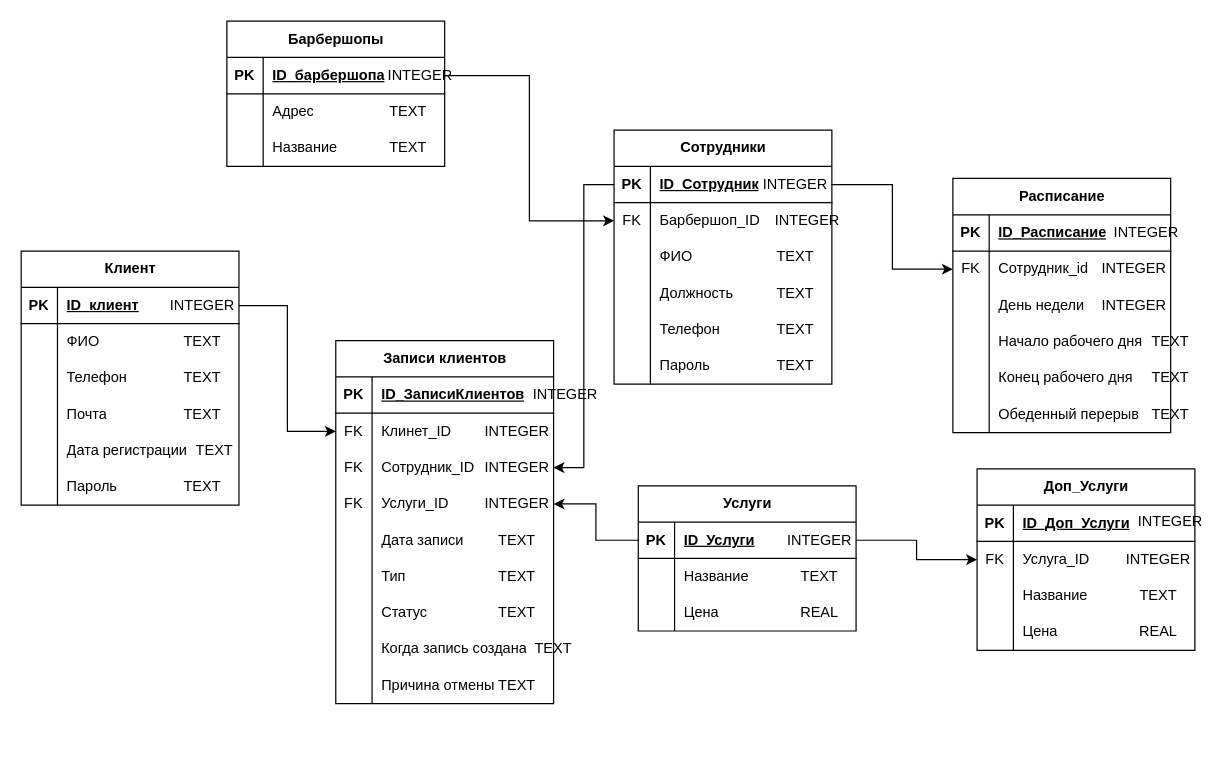
The draw.io diagram 2.drawio in Kr1SetOff/praktika_up, before the edit. Source tidied: cells renumbered, new cells numbered last; positions are measured from the earlier drawing's top-left corner, leaving out a move shared by most shapes. Both pictures are drawn from the tidied source at 121%, with x=0, y=0 at pixel (21, 21).
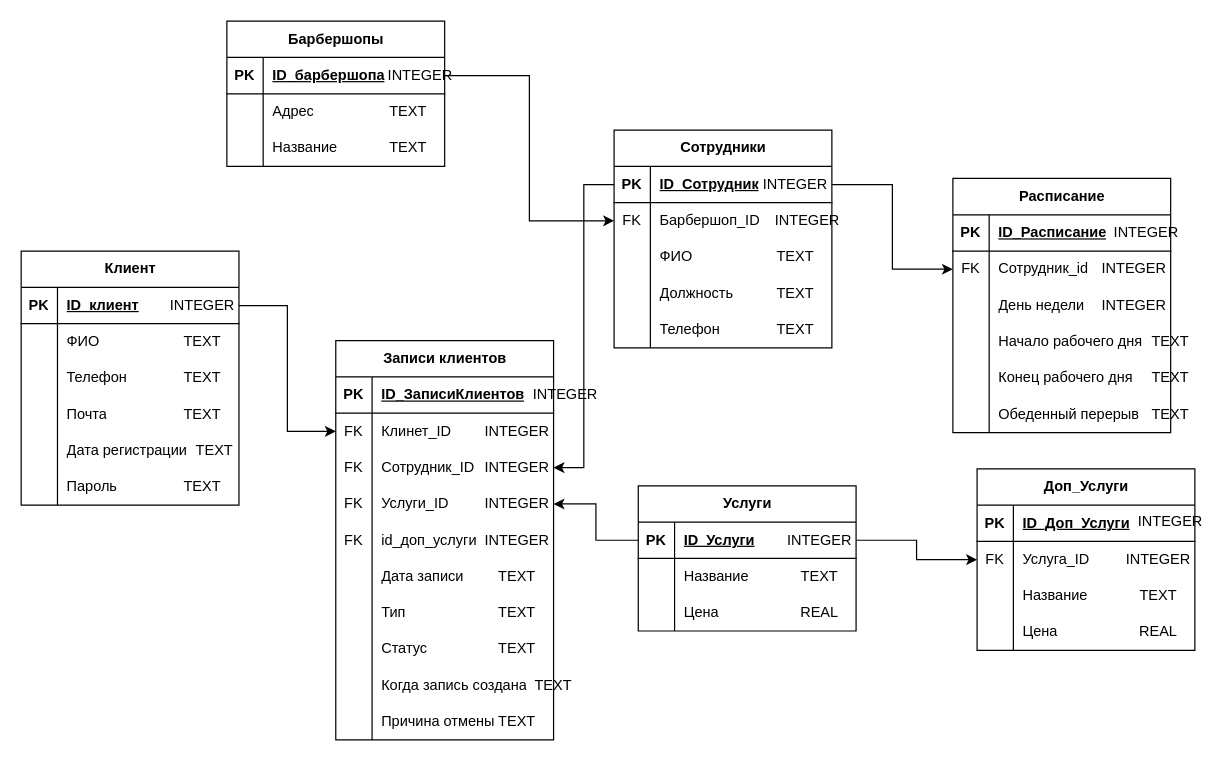
After the change.

What changed in the source:
```diff
@@
     <mxCell id="12" value="Сотрудники" style="shape=table;startSize=30;childLayout=tableLayout;rowLines=0;fontStyle=1;align=center;html=1;" parent="1" vertex="1">
-      <mxGeometry x="490" y="90" width="180" height="210" as="geometry" />
+      <mxGeometry x="490" y="90" width="180" height="180" as="geometry" />
     </mxCell>
@@
-    <mxCell id="28" style="shape=tableRow;horizontal=0;startSize=0;swimlaneHead=0;swimlaneBody=0;fillColor=none;top=0;left=0;right=0;bottom=0;" parent="12" vertex="1">
-      <mxGeometry y="180" width="180" height="30" as="geometry" />
-    </mxCell>
-    <mxCell id="29" style="shape=partialRectangle;fillColor=none;top=0;left=0;bottom=0;right=0;overflow=hidden;whiteSpace=wrap;html=1;" parent="28" vertex="1">
-      <mxGeometry width="30" height="30" as="geometry" />
-    </mxCell>
-    <mxCell id="30" value="Пароль" style="shape=partialRectangle;fillColor=none;top=0;left=0;bottom=0;right=0;align=left;spacingLeft=6;overflow=hidden;whiteSpace=wrap;html=1;" parent="28" vertex="1">
-      <mxGeometry x="30" width="150" height="30" as="geometry" />
-    </mxCell>
@@
     <mxCell id="81" value="Записи клиентов" style="shape=table;startSize=30;childLayout=tableLayout;rowLines=0;fontStyle=1;align=center;html=1;" parent="1" vertex="1">
-      <mxGeometry x="260" y="264" width="180" height="300" as="geometry" />
+      <mxGeometry x="260" y="264" width="180" height="330" as="geometry" />
     </mxCell>
@@
+    <mxCell id="163" style="shape=tableRow;horizontal=0;startSize=0;swimlaneHead=0;swimlaneBody=0;fillColor=none;top=0;left=0;right=0;bottom=0;" parent="81" vertex="1">
+      <mxGeometry y="150" width="180" height="30" as="geometry" />
+    </mxCell>
+    <mxCell id="164" value="FK" style="shape=partialRectangle;fillColor=none;top=0;left=0;bottom=0;right=0;overflow=hidden;whiteSpace=wrap;html=1;" parent="163" vertex="1">
+      <mxGeometry width="30" height="30" as="geometry" />
+    </mxCell>
+    <mxCell id="165" value="id_доп_услуги" style="shape=partialRectangle;fillColor=none;top=0;left=0;bottom=0;right=0;align=left;spacingLeft=6;overflow=hidden;whiteSpace=wrap;html=1;" parent="163" vertex="1">
+      <mxGeometry x="30" width="150" height="30" as="geometry" />
+    </mxCell>
     <mxCell id="94" style="shape=tableRow;horizontal=0;startSize=0;swimlaneHead=0;swimlaneBody=0;fillColor=none;top=0;left=0;right=0;bottom=0;" parent="81" vertex="1">
-      <mxGeometry y="150" width="180" height="30" as="geometry" />
+      <mxGeometry y="180" width="180" height="30" as="geometry" />
     </mxCell>
@@
     <mxCell id="97" style="shape=tableRow;horizontal=0;startSize=0;swimlaneHead=0;swimlaneBody=0;fillColor=none;top=0;left=0;right=0;bottom=0;" parent="81" vertex="1">
-      <mxGeometry y="180" width="180" height="30" as="geometry" />
+      <mxGeometry y="210" width="180" height="30" as="geometry" />
     </mxCell>
@@
     <mxCell id="100" style="shape=tableRow;horizontal=0;startSize=0;swimlaneHead=0;swimlaneBody=0;fillColor=none;top=0;left=0;right=0;bottom=0;" parent="81" vertex="1">
-      <mxGeometry y="210" width="180" height="30" as="geometry" />
+      <mxGeometry y="240" width="180" height="30" as="geometry" />
     </mxCell>
@@
     <mxCell id="103" style="shape=tableRow;horizontal=0;startSize=0;swimlaneHead=0;swimlaneBody=0;fillColor=none;top=0;left=0;right=0;bottom=0;" parent="81" vertex="1">
-      <mxGeometry y="240" width="180" height="30" as="geometry" />
+      <mxGeometry y="270" width="180" height="30" as="geometry" />
     </mxCell>
@@
     <mxCell id="106" style="shape=tableRow;horizontal=0;startSize=0;swimlaneHead=0;swimlaneBody=0;fillColor=none;top=0;left=0;right=0;bottom=0;" parent="81" vertex="1">
-      <mxGeometry y="270" width="180" height="30" as="geometry" />
+      <mxGeometry y="300" width="180" height="30" as="geometry" />
     </mxCell>
@@
     <mxCell id="117" value="TEXT" style="text;html=1;align=center;verticalAlign=middle;whiteSpace=wrap;rounded=0;" parent="1" vertex="1">
-      <mxGeometry x="380" y="444" width="60" height="30" as="geometry" />
+      <mxGeometry x="380" y="474" width="60" height="30" as="geometry" />
     </mxCell>
     <mxCell id="118" value="TEXT" style="text;html=1;align=center;verticalAlign=middle;whiteSpace=wrap;rounded=0;" parent="1" vertex="1">
-      <mxGeometry x="380" y="474" width="60" height="30" as="geometry" />
+      <mxGeometry x="380" y="504" width="60" height="30" as="geometry" />
     </mxCell>
     <mxCell id="119" value="TEXT" style="text;html=1;align=center;verticalAlign=middle;whiteSpace=wrap;rounded=0;" parent="1" vertex="1">
-      <mxGeometry x="380" y="534" width="60" height="30" as="geometry" />
+      <mxGeometry x="380" y="564" width="60" height="30" as="geometry" />
     </mxCell>
     <mxCell id="120" value="TEXT" style="text;html=1;align=center;verticalAlign=middle;whiteSpace=wrap;rounded=0;" parent="1" vertex="1">
-      <mxGeometry x="410" y="504" width="60" height="30" as="geometry" />
+      <mxGeometry x="410" y="534" width="60" height="30" as="geometry" />
     </mxCell>
@@
-    <mxCell id="143" value="TEXT" style="text;html=1;align=center;verticalAlign=middle;whiteSpace=wrap;rounded=0;" parent="1" vertex="1">
-      <mxGeometry x="610" y="270" width="60" height="30" as="geometry" />
-    </mxCell>
@@
     <mxCell id="145" value="TEXT" style="text;html=1;align=center;verticalAlign=middle;whiteSpace=wrap;rounded=0;" parent="1" vertex="1">
-      <mxGeometry x="380" y="414" width="60" height="30" as="geometry" />
+      <mxGeometry x="380" y="444" width="60" height="30" as="geometry" />
     </mxCell>
@@
+    <mxCell id="166" value="INTEGER" style="text;html=1;align=center;verticalAlign=middle;whiteSpace=wrap;rounded=0;" parent="1" vertex="1">
+      <mxGeometry x="380" y="414" width="60" height="30" as="geometry" />
+    </mxCell>
```
